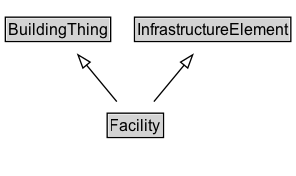
The Graphviz diagram docs/diagrams/Facility.dot.png in ISO-TC204/ontology-cdm-p2-v1, before a commit. Its source is kept beside it as docs/diagrams/Facility.dot.
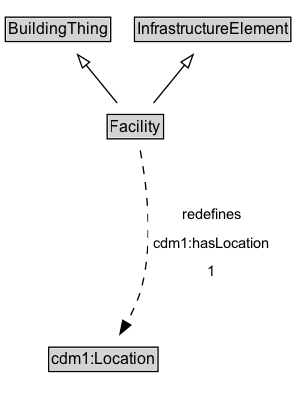
Above is the later version.

The edit, as a diff of the source:
```diff
@@ -3,15 +3,23 @@
 	node [fontname=Arial fontsize=12 margin=0 shape=none]
 	edge [fontname=Arial fontsize=11]
 	{
+		rank=source
+		BuildingThing [label=<<TABLE BORDER="1" CELLBORDER="0" CELLSPACING="0" CELLPADDING="1"><TR><TD BGCOLOR="lightgray" ALIGN="CENTER">BuildingThing</TD></TR></TABLE>> URL="../BuildingThing" margin=0]
+		InfrastructureElement [label=<<TABLE BORDER="1" CELLBORDER="0" CELLSPACING="0" CELLPADDING="1"><TR><TD BGCOLOR="lightgray" ALIGN="CENTER">InfrastructureElement</TD></TR></TABLE>> URL="../InfrastructureElement" margin=0]
+	}
+	Facility [label=<<TABLE BORDER="1" CELLBORDER="0" CELLSPACING="0" CELLPADDING="1"><TR><TD BGCOLOR="lightgray" ALIGN="CENTER">Facility</TD></TR></TABLE>> URL="../Facility" margin=0]
+	{
 		rank=max
-		Facility [label=<<TABLE BORDER="1" CELLBORDER="0" CELLSPACING="0" CELLPADDING="1"><TR><TD BGCOLOR="lightgray" ALIGN="CENTER" PORT="e">Facility</TD></TR></TABLE>> URL="../Facility.md" margin=0]
 	}
 	subgraph cluster_associated {
 		label="" style=invis
 		Invis [label=<<TABLE BORDER="0" CELLBORDER="0" CELLSPACING="0" CELLPADDING="1"><TR><TD></TD></TR></TABLE>> margin=0 style=invis]
+		cdm1_Location [label=<<TABLE BORDER="1" CELLBORDER="0" CELLSPACING="0" CELLPADDING="1"><TR><TD BGCOLOR="lightgray" ALIGN="CENTER">cdm1:Location</TD></TR></TABLE>> URL="https://w3id.org/citydata/part1/v1/Location" margin=0]
 	}
-	BuildingThing [label=<<TABLE BORDER="1" CELLBORDER="0" CELLSPACING="0" CELLPADDING="1"><TR><TD BGCOLOR="lightgray" ALIGN="CENTER">BuildingThing</TD></TR></TABLE>> URL="../BuildingThing.md" margin=0]
 	Facility -> BuildingThing [arrowhead=onormal style=solid]
-	InfrastructureElement [label=<<TABLE BORDER="1" CELLBORDER="0" CELLSPACING="0" CELLPADDING="1"><TR><TD BGCOLOR="lightgray" ALIGN="CENTER">InfrastructureElement</TD></TR></TABLE>> URL="../InfrastructureElement.md" margin=0]
 	Facility -> InfrastructureElement [arrowhead=onormal style=solid]
+	Facility -> Invis [style=invis]
+	Invis -> cdm1_Location [style=invis]
+	cdm1_Location [label=<<TABLE BORDER="1" CELLBORDER="0" CELLSPACING="0" CELLPADDING="1"><TR><TD BGCOLOR="lightgray" ALIGN="CENTER">cdm1:Location</TD></TR></TABLE>> URL="https://w3id.org/citydata/part1/v1/Location" margin=0]
+	Facility -> cdm1_Location [label=<<TABLE BORDER="0" CELLBORDER="0" CELLSPACING="0" CELLPADDING="4" BGCOLOR="white"><TR><TD ALIGN="CENTER">redefines</TD></TR><TR><TD ALIGN="CENTER">cdm1:hasLocation</TD></TR><TR><TD ALIGN="CENTER">1</TD></TR></TABLE>> arrowhead=normal style=dashed]
 }
```
